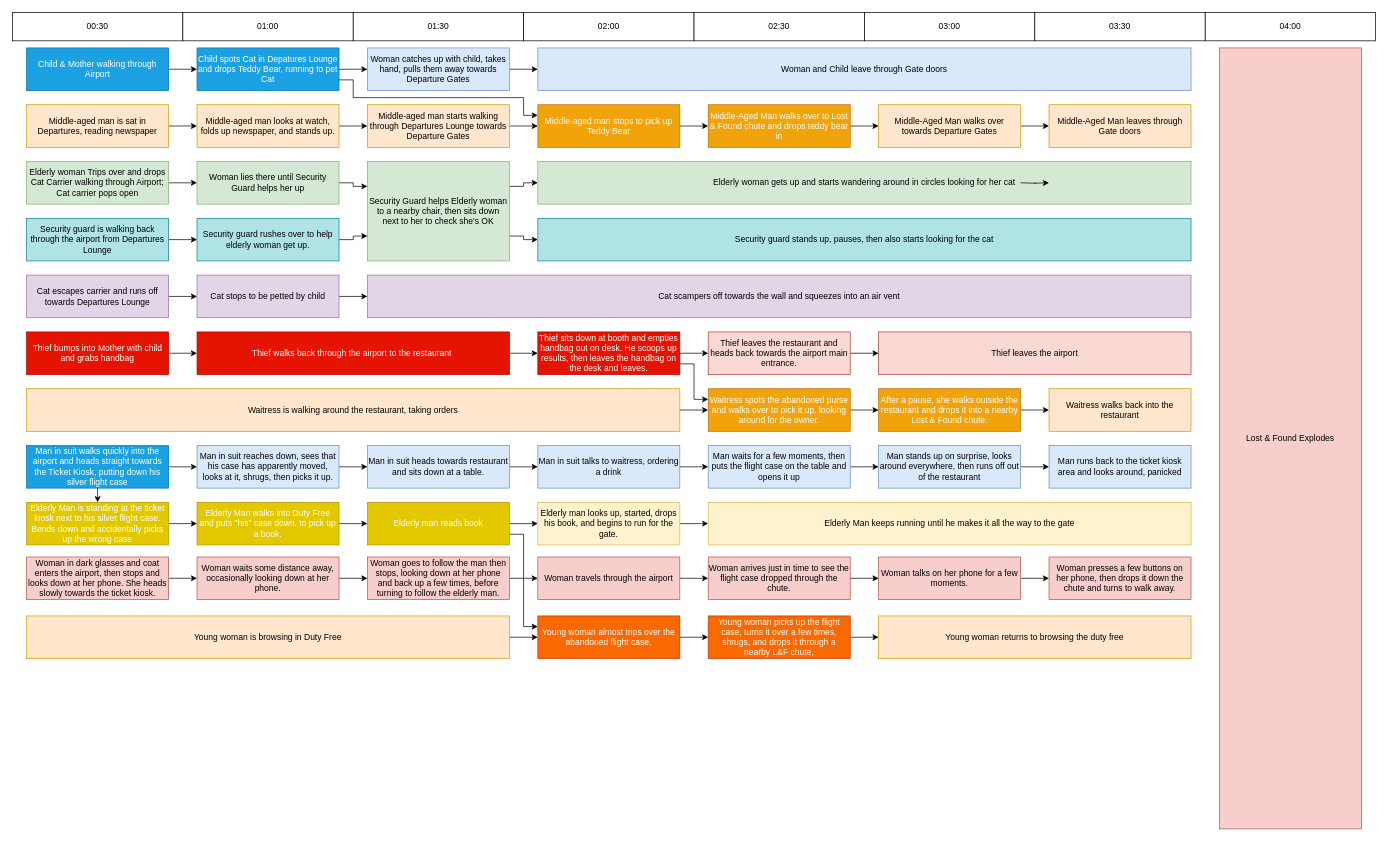
The draw.io diagram Planning/Story Flow Diagram.drawio in UnityCatalina/ggj2021, before the edit. Source tidied: cells renumbered, new cells numbered last; positions are measured from the earlier drawing's top-left corner, leaving out a move shared by most shapes. Both pictures are drawn from the tidied source at 71%, with x=0, y=0 at pixel (12, 12).
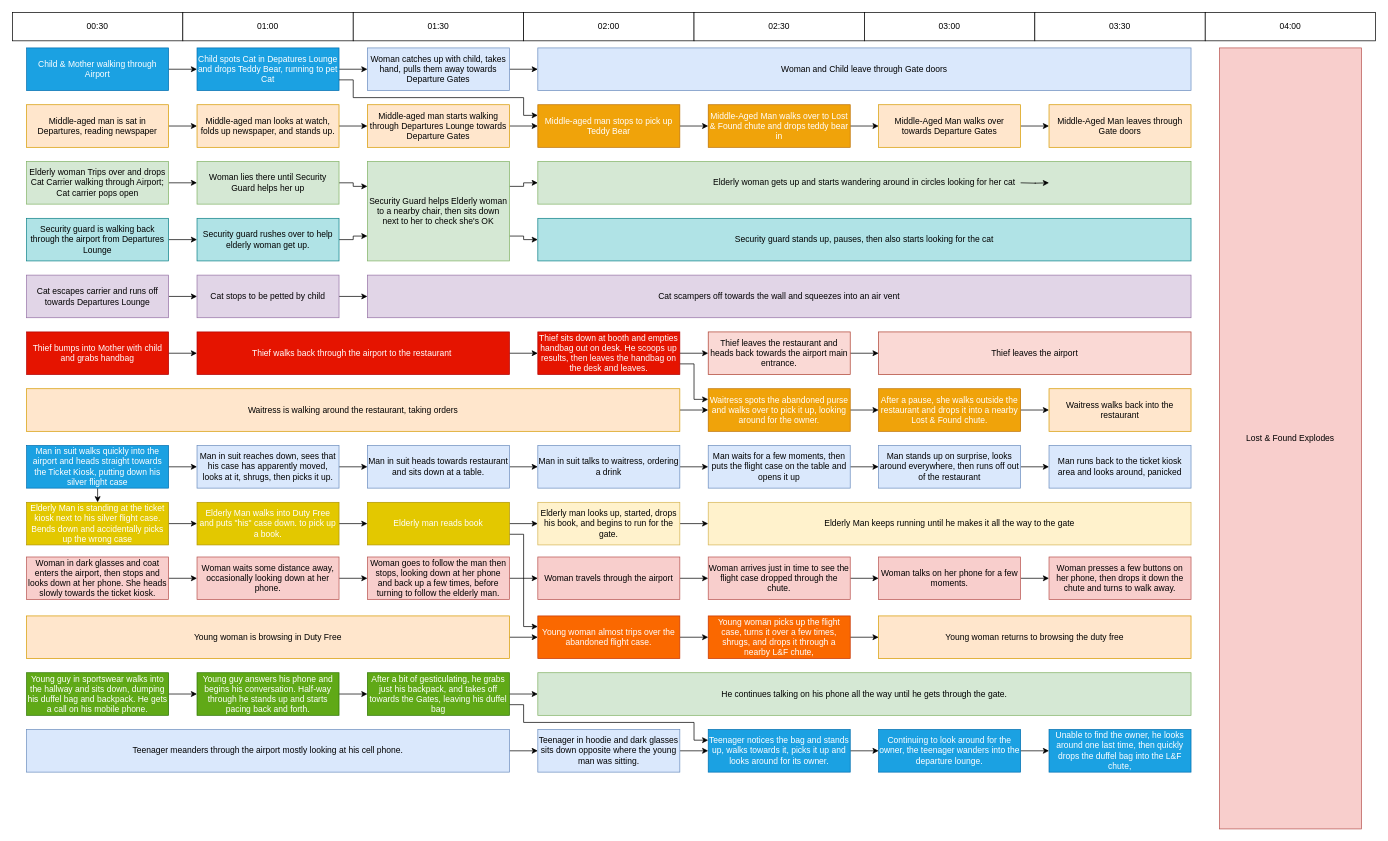
After the change.

Commit message:
Updated Story Flow

What changed in the source:
```diff
@@
+    <mxCell id="112" style="edgeStyle=orthogonalEdgeStyle;rounded=0;jettySize=auto;html=1;" parent="1" edge="1" source="113" target="115">
+      <mxGeometry relative="1" as="geometry" />
+    </mxCell>
+    <mxCell id="113" value="Young guy in sportswear walks into the hallway and sits down, dumping his duffel bag and backpack. He gets a call on his mobile phone." style="rounded=0;whiteSpace=wrap;html=1;fillColor=#60a917;strokeColor=#2D7600;fontColor=#ffffff;" parent="1" vertex="1">
+      <mxGeometry x="20" y="930" width="200" height="60" as="geometry" />
+    </mxCell>
+    <mxCell id="114" style="edgeStyle=orthogonalEdgeStyle;rounded=0;jettySize=auto;html=1;" parent="1" edge="1" source="115" target="118">
+      <mxGeometry relative="1" as="geometry" />
+    </mxCell>
+    <mxCell id="115" value="Young guy answers his phone and begins his conversation. Half-way through he stands up and starts pacing back and forth." style="rounded=0;whiteSpace=wrap;html=1;fillColor=#60a917;strokeColor=#2D7600;fontColor=#ffffff;" parent="1" vertex="1">
+      <mxGeometry x="260" y="930" width="200" height="60" as="geometry" />
+    </mxCell>
+    <mxCell id="116" style="edgeStyle=orthogonalEdgeStyle;rounded=0;jettySize=auto;html=1;" parent="1" edge="1" source="118" target="119">
+      <mxGeometry relative="1" as="geometry" />
+    </mxCell>
+    <mxCell id="117" style="edgeStyle=orthogonalEdgeStyle;rounded=0;jettySize=auto;html=1;exitX=1;exitY=0.75;exitDx=0;exitDy=0;entryX=0;entryY=0.25;entryDx=0;entryDy=0;" parent="1" edge="1" source="118" target="123">
+      <mxGeometry relative="1" as="geometry">
+        <Array as="points">
+          <mxPoint x="720" y="975" />
+          <mxPoint x="720" y="1000" />
+          <mxPoint x="960" y="1000" />
+          <mxPoint x="960" y="1025" />
+        </Array>
+      </mxGeometry>
+    </mxCell>
+    <mxCell id="118" value="After a bit of gesticulating, he grabs just his backpack, and takes off towards the Gates, leaving his duffel bag" style="rounded=0;whiteSpace=wrap;html=1;fillColor=#60a917;strokeColor=#2D7600;fontColor=#ffffff;" parent="1" vertex="1">
+      <mxGeometry x="500" y="930" width="200" height="60" as="geometry" />
+    </mxCell>
+    <mxCell id="119" value="He continues talking on his phone all the way until he gets through the gate." style="rounded=0;whiteSpace=wrap;html=1;fillColor=#d5e8d4;strokeColor=#82b366;" parent="1" vertex="1">
+      <mxGeometry x="740" y="930" width="920" height="60" as="geometry" />
+    </mxCell>
+    <mxCell id="120" style="edgeStyle=orthogonalEdgeStyle;rounded=0;jettySize=auto;html=1;" parent="1" edge="1" source="121" target="123">
+      <mxGeometry relative="1" as="geometry" />
+    </mxCell>
+    <mxCell id="121" value="Teenager in hoodie and dark glasses sits down opposite where the young man was sitting." style="rounded=0;whiteSpace=wrap;html=1;fillColor=#dae8fc;strokeColor=#6c8ebf;" parent="1" vertex="1">
+      <mxGeometry x="740" y="1010" width="200" height="60" as="geometry" />
+    </mxCell>
+    <mxCell id="122" style="edgeStyle=orthogonalEdgeStyle;rounded=0;jettySize=auto;html=1;" parent="1" edge="1" source="123" target="125">
+      <mxGeometry relative="1" as="geometry" />
+    </mxCell>
+    <mxCell id="123" value="Teenager notices the bag and stands up, walks towards it, picks it up and looks around for its owner." style="rounded=0;whiteSpace=wrap;html=1;fillColor=#1ba1e2;strokeColor=#006EAF;fontColor=#ffffff;" parent="1" vertex="1">
+      <mxGeometry x="980" y="1010" width="200" height="60" as="geometry" />
+    </mxCell>
+    <mxCell id="124" style="edgeStyle=orthogonalEdgeStyle;rounded=0;jettySize=auto;html=1;" parent="1" edge="1" source="125" target="126">
+      <mxGeometry relative="1" as="geometry" />
+    </mxCell>
+    <mxCell id="125" value="Continuing to look around for the owner, the teenager wanders into the departure lounge." style="rounded=0;whiteSpace=wrap;html=1;fillColor=#1ba1e2;strokeColor=#006EAF;fontColor=#ffffff;" parent="1" vertex="1">
+      <mxGeometry x="1220" y="1010" width="200" height="60" as="geometry" />
+    </mxCell>
+    <mxCell id="126" value="Unable to find the owner, he looks around one last time, then quickly drops the duffel bag into the L&amp;amp;F chute," style="rounded=0;whiteSpace=wrap;html=1;fillColor=#1ba1e2;strokeColor=#006EAF;fontColor=#ffffff;" parent="1" vertex="1">
+      <mxGeometry x="1460" y="1010" width="200" height="60" as="geometry" />
+    </mxCell>
+    <mxCell id="127" style="edgeStyle=orthogonalEdgeStyle;rounded=0;jettySize=auto;html=1;" parent="1" edge="1" source="128" target="121">
+      <mxGeometry relative="1" as="geometry" />
+    </mxCell>
+    <mxCell id="128" value="Teenager meanders through the airport mostly looking at his cell phone." style="rounded=0;whiteSpace=wrap;html=1;fillColor=#dae8fc;strokeColor=#6c8ebf;" parent="1" vertex="1">
+      <mxGeometry x="20" y="1010" width="680" height="60" as="geometry" />
+    </mxCell>
```
